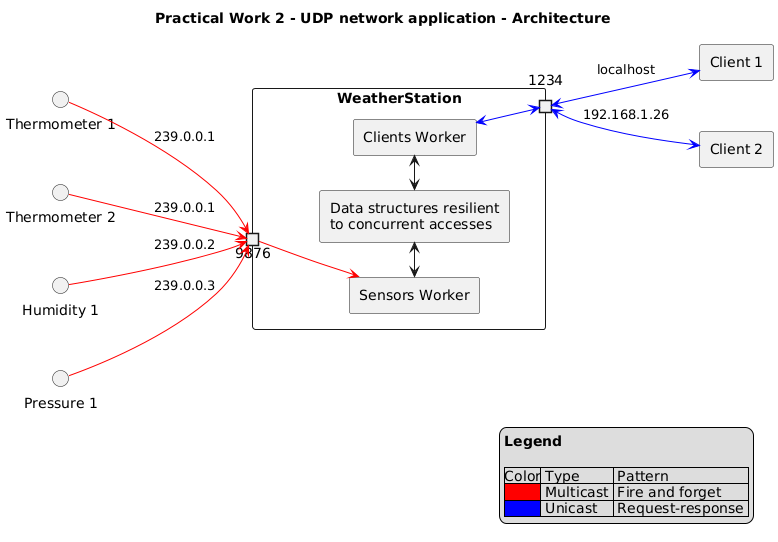
Above: 06.02-practical-work-2-(1-of-6)/01-course-material/images/practical-work-2-udp-network-application-architecture.png in heig-vd-dai-course/heig-vd-dai-course (PlantUML), before the change. Its source is kept beside it as 06.02-practical-work-2-(1-of-6)/01-course-material/images/practical-work-2-udp-network-application-architecture.plantuml.
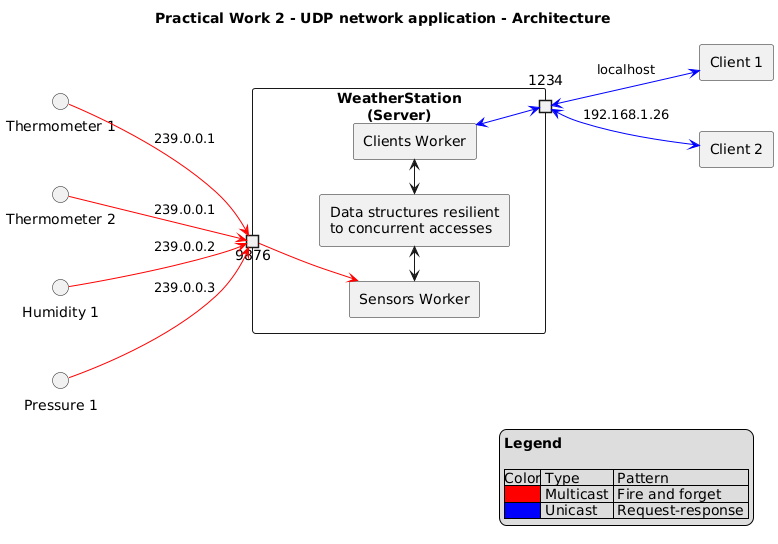
Later version of the same file.

Change to the diagram source:
```diff
@@ -18,7 +18,7 @@
 interface "Humidity 1" as hum1
 interface "Pressure 1" as press1
 
-component WeatherStation as ws {
+component "WeatherStation\n(Server)" as ws {
     portin 9876
     portout 1234
 
```
